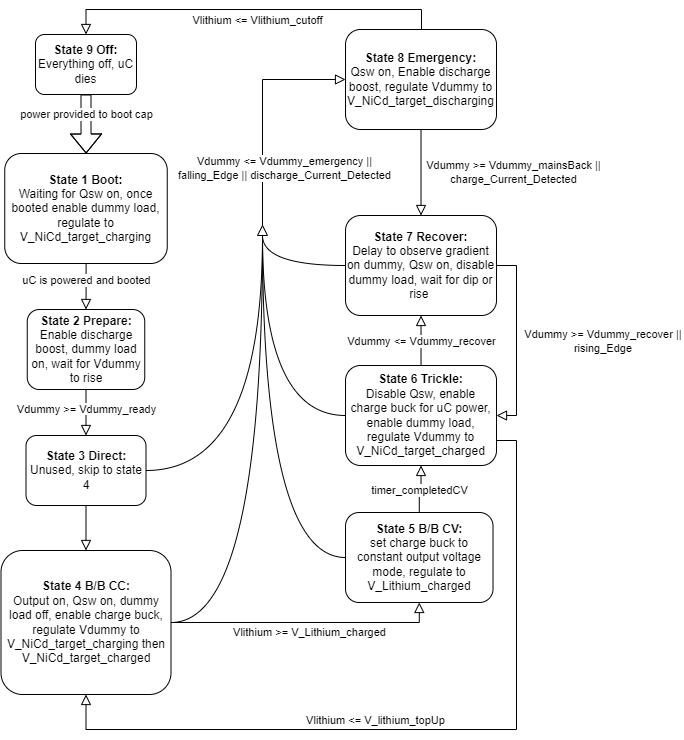
The draw.io diagram 204IntefaceFlowchart_CV.drawio.png in BStainthorpe/Flowcharts, before a commit. Source tidied: cells renumbered, new cells last; positions are measured from the earlier drawing's top-left corner, leaving out a move shared by most shapes. The source it was exported from:
```xml
<mxGraphModel>
  <root>
    <mxCell id="0" />
    <mxCell id="1" parent="0" />
    <mxCell id="2" style="rounded=0;html=1;jettySize=auto;fontSize=11;endArrow=block;endFill=0;endSize=8;strokeWidth=1;shadow=0;labelBackgroundColor=none;edgeStyle=orthogonalEdgeStyle;entryX=0.5;entryY=0;entryDx=0;entryDy=0;" parent="1" edge="1" source="4" target="37">
      <mxGeometry relative="1" as="geometry" />
    </mxCell>
    <mxCell id="3" value="uC is powered and booted" style="edgeLabel;html=1;align=center;verticalAlign=middle;" parent="2" vertex="1">
      <mxGeometry x="-0.07" y="1" relative="1" as="geometry">
        <mxPoint x="-1" y="-5" as="offset" />
      </mxGeometry>
    </mxCell>
    <mxCell id="4" value="&lt;b&gt;State 1 Boot:&lt;/b&gt;&lt;div&gt;Waiting for Qsw on, once booted enable dummy load, regulate to V_NiCd_target_charging&lt;/div&gt;" style="rounded=1;whiteSpace=wrap;html=1;fontSize=12;glass=0;strokeWidth=1;shadow=0;" parent="1" vertex="1">
      <mxGeometry x="4.2" y="144" width="162.5" height="110" as="geometry" />
    </mxCell>
    <mxCell id="5" style="rounded=0;html=1;jettySize=auto;fontSize=11;endArrow=block;endFill=0;endSize=8;strokeWidth=1;shadow=0;labelBackgroundColor=none;edgeStyle=orthogonalEdgeStyle;exitX=0.5;exitY=1;exitDx=0;exitDy=0;entryX=0.5;entryY=0;entryDx=0;entryDy=0;" parent="1" edge="1" source="7" target="8">
      <mxGeometry x="-0.02" y="19" relative="1" as="geometry" />
    </mxCell>
    <mxCell id="6" value="&lt;span style=&quot;background-color: rgb(255, 255, 255);&quot;&gt;Vdummy &amp;gt;= Vdummy_ready&lt;/span&gt;" style="edgeStyle=orthogonalEdgeStyle;rounded=0;html=1;jettySize=auto;fontSize=11;endArrow=block;endFill=0;endSize=8;strokeWidth=1;shadow=0;labelBackgroundColor=none;entryX=0.5;entryY=0;entryDx=0;entryDy=0;exitX=0.5;exitY=1;exitDx=0;exitDy=0;" parent="1" edge="1" source="37" target="7">
      <mxGeometry x="-0.13" relative="1" as="geometry" />
    </mxCell>
    <mxCell id="7" value="&lt;b&gt;State 3 Direct:&lt;br&gt;&lt;/b&gt;&lt;div&gt;&lt;span style=&quot;background-color: initial;&quot;&gt;Unused, skip to state 4&lt;/span&gt;&lt;/div&gt;" style="rounded=1;whiteSpace=wrap;html=1;fontSize=12;glass=0;strokeWidth=1;shadow=0;" parent="1" vertex="1">
      <mxGeometry x="25.5" y="426" width="120" height="70" as="geometry" />
    </mxCell>
    <mxCell id="8" value="&lt;b&gt;State 4 B/B CC:&lt;/b&gt;&lt;div&gt;Output on, Qsw on, dummy load off, enable charge buck, regulate Vdummy to V_NiCd_target_charging then V_NiCd_target_charged&lt;/div&gt;" style="rounded=1;whiteSpace=wrap;html=1;fontSize=12;glass=0;strokeWidth=1;shadow=0;" parent="1" vertex="1">
      <mxGeometry x="0.5" y="541" width="170" height="144" as="geometry" />
    </mxCell>
    <mxCell id="9" value="&lt;b&gt;State 5 B/B CV:&lt;/b&gt;&lt;div&gt;set charge buck to constant output voltage mode, regulate to V_Lithium_charged&lt;/div&gt;" style="rounded=1;whiteSpace=wrap;html=1;fontSize=12;glass=0;strokeWidth=1;shadow=0;" parent="1" vertex="1">
      <mxGeometry x="345" y="503" width="147.5" height="90" as="geometry" />
    </mxCell>
    <mxCell id="10" value="&lt;span style=&quot;background-color: rgb(255, 255, 255);&quot;&gt;Vlithium &amp;gt;= V_Lithium_charged&lt;/span&gt;" style="rounded=0;html=1;jettySize=auto;fontSize=11;endArrow=block;endFill=0;endSize=8;strokeWidth=1;shadow=0;labelBackgroundColor=none;edgeStyle=orthogonalEdgeStyle;exitX=1;exitY=0.5;exitDx=0;exitDy=0;entryX=0.5;entryY=1;entryDx=0;entryDy=0;" parent="1" edge="1" source="8" target="9">
      <mxGeometry x="0.03" y="-10" relative="1" as="geometry">
        <Array as="points">
          <mxPoint x="419" y="613" />
        </Array>
      </mxGeometry>
    </mxCell>
    <mxCell id="11" value="&lt;b&gt;State 6 Trickle:&lt;/b&gt;&lt;div&gt;Disable Qsw, enable charge buck for uC power, enable dummy load, regulate Vdummy to V_NiCd_target_charged&lt;/div&gt;" style="rounded=1;whiteSpace=wrap;html=1;fontSize=12;glass=0;strokeWidth=1;shadow=0;" parent="1" vertex="1">
      <mxGeometry x="345" y="356" width="151" height="100" as="geometry" />
    </mxCell>
    <mxCell id="12" style="rounded=0;html=1;jettySize=auto;fontSize=11;endArrow=block;endFill=0;endSize=8;strokeWidth=1;shadow=0;labelBackgroundColor=none;edgeStyle=orthogonalEdgeStyle;exitX=0.5;exitY=0;exitDx=0;exitDy=0;entryX=0.5;entryY=1;entryDx=0;entryDy=0;" parent="1" edge="1" source="9" target="11">
      <mxGeometry x="0.04" y="20" relative="1" as="geometry" />
    </mxCell>
    <mxCell id="13" value="timer_completedCV" style="edgeLabel;html=1;align=center;verticalAlign=middle;" parent="12" vertex="1">
      <mxGeometry x="-0.04" relative="1" as="geometry" />
    </mxCell>
    <mxCell id="14" value="&lt;b&gt;State 7 Recover:&lt;/b&gt;&lt;div&gt;Delay to observe gradient on dummy, Qsw on, disable dummy load, wait for dip or rise&amp;nbsp;&lt;br&gt;&lt;/div&gt;" style="rounded=1;whiteSpace=wrap;html=1;fontSize=12;glass=0;strokeWidth=1;shadow=0;" parent="1" vertex="1">
      <mxGeometry x="345" y="206" width="151" height="100" as="geometry" />
    </mxCell>
    <mxCell id="15" style="triangle;whiteSpace=wrap;html=1;rotation=-90;" parent="1" vertex="1">
      <mxGeometry x="257" y="216" width="10" height="10" as="geometry" />
    </mxCell>
    <mxCell id="16" style="edgeStyle=orthogonalEdgeStyle;rounded=0;html=1;jettySize=auto;fontSize=11;endArrow=none;endFill=0;strokeWidth=1;shadow=0;labelBackgroundColor=none;entryX=0;entryY=0.5;entryDx=0;entryDy=0;exitX=1;exitY=0.5;exitDx=0;exitDy=0;curved=1;" parent="1" edge="1" source="7" target="15">
      <mxGeometry relative="1" as="geometry" />
    </mxCell>
    <mxCell id="17" style="edgeStyle=orthogonalEdgeStyle;rounded=0;html=1;jettySize=auto;fontSize=11;endArrow=none;endFill=0;strokeWidth=1;shadow=0;labelBackgroundColor=none;exitX=1;exitY=0.5;exitDx=0;exitDy=0;curved=1;entryX=0;entryY=0.5;entryDx=0;entryDy=0;" parent="1" edge="1" source="8" target="15">
      <mxGeometry relative="1" as="geometry" />
    </mxCell>
    <mxCell id="18" style="edgeStyle=orthogonalEdgeStyle;rounded=0;html=1;jettySize=auto;fontSize=11;endArrow=none;endFill=0;strokeWidth=1;shadow=0;labelBackgroundColor=none;exitX=0;exitY=0.5;exitDx=0;exitDy=0;curved=1;entryX=0;entryY=0.5;entryDx=0;entryDy=0;" parent="1" edge="1" source="9" target="15">
      <mxGeometry relative="1" as="geometry" />
    </mxCell>
    <mxCell id="19" style="edgeStyle=orthogonalEdgeStyle;rounded=0;html=1;jettySize=auto;fontSize=11;endArrow=none;endFill=0;strokeWidth=1;shadow=0;labelBackgroundColor=none;exitX=0;exitY=0.5;exitDx=0;exitDy=0;curved=1;entryX=0;entryY=0.5;entryDx=0;entryDy=0;" parent="1" edge="1" source="11" target="15">
      <mxGeometry relative="1" as="geometry" />
    </mxCell>
    <mxCell id="20" value="&lt;b&gt;State 8 Emergency:&lt;/b&gt;&lt;div&gt;Qsw on, Enable discharge boost, regulate Vdummy to V_NiCd_target_discharging&lt;/div&gt;" style="rounded=1;whiteSpace=wrap;html=1;fontSize=12;glass=0;strokeWidth=1;shadow=0;" parent="1" vertex="1">
      <mxGeometry x="345" y="20" width="151" height="100" as="geometry" />
    </mxCell>
    <mxCell id="21" style="rounded=0;html=1;jettySize=auto;fontSize=11;endArrow=block;endFill=0;endSize=8;strokeWidth=1;shadow=0;labelBackgroundColor=none;edgeStyle=orthogonalEdgeStyle;entryX=0;entryY=0.5;entryDx=0;entryDy=0;exitX=1;exitY=0.5;exitDx=0;exitDy=0;" parent="1" edge="1" source="15" target="20">
      <mxGeometry x="0.04" y="20" relative="1" as="geometry" />
    </mxCell>
    <mxCell id="22" value="Vdummy &amp;lt;= Vdummy_emergency ||&lt;div&gt;falling_Edge || discharge_Current_Detected&lt;/div&gt;" style="edgeLabel;html=1;align=center;verticalAlign=middle;" parent="21" vertex="1">
      <mxGeometry x="-0.09" relative="1" as="geometry">
        <mxPoint x="21" y="46" as="offset" />
      </mxGeometry>
    </mxCell>
    <mxCell id="23" style="edgeStyle=orthogonalEdgeStyle;rounded=0;html=1;jettySize=auto;fontSize=11;endArrow=none;endFill=0;strokeWidth=1;shadow=0;labelBackgroundColor=none;exitX=0;exitY=0.5;exitDx=0;exitDy=0;curved=1;entryX=0;entryY=0.5;entryDx=0;entryDy=0;" parent="1" edge="1" source="14" target="15">
      <mxGeometry relative="1" as="geometry" />
    </mxCell>
    <mxCell id="24" style="edgeStyle=orthogonalEdgeStyle;rounded=0;jettySize=auto;html=1;exitX=0.5;exitY=1;exitDx=0;exitDy=0;shape=flexArrow;" parent="1" edge="1" source="26" target="4">
      <mxGeometry relative="1" as="geometry" />
    </mxCell>
    <mxCell id="25" value="power provided to boot cap" style="edgeLabel;html=1;align=center;verticalAlign=middle;" parent="24" vertex="1">
      <mxGeometry x="0.03" y="-4" relative="1" as="geometry">
        <mxPoint x="4" y="-10" as="offset" />
      </mxGeometry>
    </mxCell>
    <mxCell id="26" value="&lt;b&gt;State 9 Off:&lt;/b&gt;&lt;div&gt;Everything off, uC dies&lt;/div&gt;" style="rounded=1;whiteSpace=wrap;html=1;fontSize=12;glass=0;strokeWidth=1;shadow=0;" parent="1" vertex="1">
      <mxGeometry x="35" y="25" width="101" height="60" as="geometry" />
    </mxCell>
    <mxCell id="27" style="rounded=0;html=1;jettySize=auto;fontSize=11;endArrow=block;endFill=0;endSize=8;strokeWidth=1;shadow=0;labelBackgroundColor=none;edgeStyle=orthogonalEdgeStyle;entryX=0.5;entryY=0;entryDx=0;entryDy=0;" parent="1" edge="1" target="26">
      <mxGeometry x="0.04" y="20" relative="1" as="geometry">
        <mxPoint x="421" y="20" as="sourcePoint" />
        <Array as="points">
          <mxPoint x="421" />
          <mxPoint x="86" />
        </Array>
      </mxGeometry>
    </mxCell>
    <mxCell id="28" value="Vlithium &amp;lt;= Vlithium_cutoff" style="edgeLabel;html=1;align=center;verticalAlign=middle;" parent="27" vertex="1">
      <mxGeometry x="-0.09" relative="1" as="geometry">
        <mxPoint x="-12" y="10" as="offset" />
      </mxGeometry>
    </mxCell>
    <mxCell id="29" style="rounded=0;html=1;jettySize=auto;fontSize=11;endArrow=block;endFill=0;endSize=8;strokeWidth=1;shadow=0;labelBackgroundColor=none;edgeStyle=orthogonalEdgeStyle;entryX=0.5;entryY=0;entryDx=0;entryDy=0;exitX=0.5;exitY=1;exitDx=0;exitDy=0;" parent="1" edge="1" source="20" target="14">
      <mxGeometry x="0.04" y="20" relative="1" as="geometry" />
    </mxCell>
    <mxCell id="30" value="Vdummy &amp;gt;= Vdummy_mainsBack ||&lt;div&gt;charge_Current_Detected&lt;/div&gt;" style="edgeLabel;html=1;align=center;verticalAlign=middle;" parent="29" vertex="1">
      <mxGeometry x="-0.09" relative="1" as="geometry">
        <mxPoint x="92" y="3" as="offset" />
      </mxGeometry>
    </mxCell>
    <mxCell id="31" style="rounded=0;html=1;jettySize=auto;fontSize=11;endArrow=block;endFill=0;endSize=8;strokeWidth=1;shadow=0;labelBackgroundColor=none;edgeStyle=orthogonalEdgeStyle;entryX=1;entryY=0.5;entryDx=0;entryDy=0;exitX=1;exitY=0.5;exitDx=0;exitDy=0;" parent="1" edge="1" source="14" target="11">
      <mxGeometry x="0.04" y="20" relative="1" as="geometry" />
    </mxCell>
    <mxCell id="32" value="Vdummy &amp;gt;= Vdummy_recover ||&amp;nbsp;&lt;div&gt;rising_Edge&amp;nbsp;&lt;/div&gt;" style="edgeLabel;html=1;align=center;verticalAlign=middle;" parent="31" vertex="1">
      <mxGeometry x="-0.09" relative="1" as="geometry">
        <mxPoint x="87" y="9" as="offset" />
      </mxGeometry>
    </mxCell>
    <mxCell id="33" style="rounded=0;html=1;jettySize=auto;fontSize=11;endArrow=block;endFill=0;endSize=8;strokeWidth=1;shadow=0;labelBackgroundColor=none;edgeStyle=orthogonalEdgeStyle;entryX=0.5;entryY=1;entryDx=0;entryDy=0;exitX=0.5;exitY=0;exitDx=0;exitDy=0;" parent="1" edge="1" source="11" target="14">
      <mxGeometry x="0.04" y="20" relative="1" as="geometry" />
    </mxCell>
    <mxCell id="34" value="Vdummy &amp;lt;= Vdummy_recover" style="edgeLabel;html=1;align=center;verticalAlign=middle;" parent="33" vertex="1">
      <mxGeometry x="-0.09" relative="1" as="geometry">
        <mxPoint y="-2" as="offset" />
      </mxGeometry>
    </mxCell>
    <mxCell id="35" style="rounded=0;html=1;jettySize=auto;fontSize=11;endArrow=block;endFill=0;endSize=8;strokeWidth=1;shadow=0;labelBackgroundColor=none;edgeStyle=orthogonalEdgeStyle;entryX=0.5;entryY=1;entryDx=0;entryDy=0;exitX=1;exitY=0.75;exitDx=0;exitDy=0;" parent="1" edge="1" source="11" target="8">
      <mxGeometry x="0.04" y="20" relative="1" as="geometry">
        <Array as="points">
          <mxPoint x="516" y="431" />
          <mxPoint x="516" y="720" />
          <mxPoint x="86" y="720" />
          <mxPoint x="86" y="685" />
        </Array>
      </mxGeometry>
    </mxCell>
    <mxCell id="36" value="Vlithium &amp;lt;= V_lithium_topUp" style="edgeLabel;html=1;align=center;verticalAlign=middle;" parent="35" vertex="1">
      <mxGeometry x="-0.09" relative="1" as="geometry">
        <mxPoint x="-98" y="-10" as="offset" />
      </mxGeometry>
    </mxCell>
    <mxCell id="37" value="&lt;b&gt;State 2 Prepare:&lt;/b&gt;&lt;div&gt;Enable discharge boost, dummy load on, wait for Vdummy to rise&lt;/div&gt;" style="rounded=1;whiteSpace=wrap;html=1;fontSize=12;glass=0;strokeWidth=1;shadow=0;" parent="1" vertex="1">
      <mxGeometry x="26.8" y="300" width="117.5" height="80" as="geometry" />
    </mxCell>
  </root>
</mxGraphModel>
```
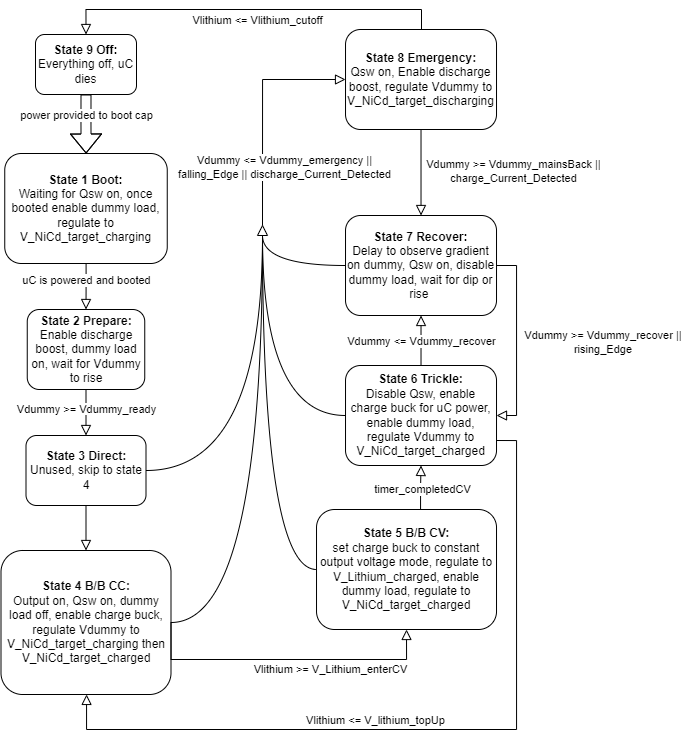
After the change.

The edit, as a diff of the source:
```diff
@@ -25,24 +25,29 @@
     <mxCell id="8" value="&lt;b&gt;State 4 B/B CC:&lt;/b&gt;&lt;div&gt;Output on, Qsw on, dummy load off, enable charge buck, regulate Vdummy to V_NiCd_target_charging then V_NiCd_target_charged&lt;/div&gt;" style="rounded=1;whiteSpace=wrap;html=1;fontSize=12;glass=0;strokeWidth=1;shadow=0;" parent="1" vertex="1">
       <mxGeometry x="0.5" y="541" width="170" height="144" as="geometry" />
     </mxCell>
-    <mxCell id="9" value="&lt;b&gt;State 5 B/B CV:&lt;/b&gt;&lt;div&gt;set charge buck to constant output voltage mode, regulate to V_Lithium_charged&lt;/div&gt;" style="rounded=1;whiteSpace=wrap;html=1;fontSize=12;glass=0;strokeWidth=1;shadow=0;" parent="1" vertex="1">
-      <mxGeometry x="345" y="503" width="147.5" height="90" as="geometry" />
-    </mxCell>
-    <mxCell id="10" value="&lt;span style=&quot;background-color: rgb(255, 255, 255);&quot;&gt;Vlithium &amp;gt;= V_Lithium_charged&lt;/span&gt;" style="rounded=0;html=1;jettySize=auto;fontSize=11;endArrow=block;endFill=0;endSize=8;strokeWidth=1;shadow=0;labelBackgroundColor=none;edgeStyle=orthogonalEdgeStyle;exitX=1;exitY=0.5;exitDx=0;exitDy=0;entryX=0.5;entryY=1;entryDx=0;entryDy=0;" parent="1" edge="1" source="8" target="9">
-      <mxGeometry x="0.03" y="-10" relative="1" as="geometry">
+    <mxCell id="10" value="&lt;span style=&quot;background-color: rgb(255, 255, 255);&quot;&gt;Vlithium &amp;gt;= V_Lithium_enterCV&lt;/span&gt;" style="rounded=0;html=1;jettySize=auto;fontSize=11;endArrow=block;endFill=0;endSize=8;strokeWidth=1;shadow=0;labelBackgroundColor=none;edgeStyle=orthogonalEdgeStyle;exitX=1;exitY=0.5;exitDx=0;exitDy=0;entryX=0.5;entryY=1;entryDx=0;entryDy=0;" parent="1" edge="1" source="8" target="38">
+      <mxGeometry x="0.3" y="-10" relative="1" as="geometry">
         <Array as="points">
-          <mxPoint x="419" y="613" />
+          <mxPoint x="171" y="650" />
+          <mxPoint x="406" y="650" />
         </Array>
       </mxGeometry>
     </mxCell>
     <mxCell id="11" value="&lt;b&gt;State 6 Trickle:&lt;/b&gt;&lt;div&gt;Disable Qsw, enable charge buck for uC power, enable dummy load, regulate Vdummy to V_NiCd_target_charged&lt;/div&gt;" style="rounded=1;whiteSpace=wrap;html=1;fontSize=12;glass=0;strokeWidth=1;shadow=0;" parent="1" vertex="1">
       <mxGeometry x="345" y="356" width="151" height="100" as="geometry" />
     </mxCell>
-    <mxCell id="12" style="rounded=0;html=1;jettySize=auto;fontSize=11;endArrow=block;endFill=0;endSize=8;strokeWidth=1;shadow=0;labelBackgroundColor=none;edgeStyle=orthogonalEdgeStyle;exitX=0.5;exitY=0;exitDx=0;exitDy=0;entryX=0.5;entryY=1;entryDx=0;entryDy=0;" parent="1" edge="1" source="9" target="11">
-      <mxGeometry x="0.04" y="20" relative="1" as="geometry" />
+    <mxCell id="12" style="rounded=0;html=1;jettySize=auto;fontSize=11;endArrow=block;endFill=0;endSize=8;strokeWidth=1;shadow=0;labelBackgroundColor=none;edgeStyle=orthogonalEdgeStyle;exitX=0.5;exitY=0;exitDx=0;exitDy=0;entryX=0.5;entryY=1;entryDx=0;entryDy=0;" parent="1" edge="1" source="38" target="11">
+      <mxGeometry x="0.04" y="20" relative="1" as="geometry">
+        <Array as="points">
+          <mxPoint x="420" y="500" />
+          <mxPoint x="420" y="478" />
+        </Array>
+      </mxGeometry>
     </mxCell>
     <mxCell id="13" value="timer_completedCV" style="edgeLabel;html=1;align=center;verticalAlign=middle;" parent="12" vertex="1">
-      <mxGeometry x="-0.04" relative="1" as="geometry" />
+      <mxGeometry x="-0.04" relative="1" as="geometry">
+        <mxPoint x="1" y="-6" as="offset" />
+      </mxGeometry>
     </mxCell>
     <mxCell id="14" value="&lt;b&gt;State 7 Recover:&lt;/b&gt;&lt;div&gt;Delay to observe gradient on dummy, Qsw on, disable dummy load, wait for dip or rise&amp;nbsp;&lt;br&gt;&lt;/div&gt;" style="rounded=1;whiteSpace=wrap;html=1;fontSize=12;glass=0;strokeWidth=1;shadow=0;" parent="1" vertex="1">
       <mxGeometry x="345" y="206" width="151" height="100" as="geometry" />
@@ -56,7 +61,7 @@
     <mxCell id="17" style="edgeStyle=orthogonalEdgeStyle;rounded=0;html=1;jettySize=auto;fontSize=11;endArrow=none;endFill=0;strokeWidth=1;shadow=0;labelBackgroundColor=none;exitX=1;exitY=0.5;exitDx=0;exitDy=0;curved=1;entryX=0;entryY=0.5;entryDx=0;entryDy=0;" parent="1" edge="1" source="8" target="15">
       <mxGeometry relative="1" as="geometry" />
     </mxCell>
-    <mxCell id="18" style="edgeStyle=orthogonalEdgeStyle;rounded=0;html=1;jettySize=auto;fontSize=11;endArrow=none;endFill=0;strokeWidth=1;shadow=0;labelBackgroundColor=none;exitX=0;exitY=0.5;exitDx=0;exitDy=0;curved=1;entryX=0;entryY=0.5;entryDx=0;entryDy=0;" parent="1" edge="1" source="9" target="15">
+    <mxCell id="18" style="edgeStyle=orthogonalEdgeStyle;rounded=0;html=1;jettySize=auto;fontSize=11;endArrow=none;endFill=0;strokeWidth=1;shadow=0;labelBackgroundColor=none;exitX=0;exitY=0.5;exitDx=0;exitDy=0;curved=1;entryX=0;entryY=0.5;entryDx=0;entryDy=0;" parent="1" edge="1" source="38" target="15">
       <mxGeometry relative="1" as="geometry" />
     </mxCell>
     <mxCell id="19" style="edgeStyle=orthogonalEdgeStyle;rounded=0;html=1;jettySize=auto;fontSize=11;endArrow=none;endFill=0;strokeWidth=1;shadow=0;labelBackgroundColor=none;exitX=0;exitY=0.5;exitDx=0;exitDy=0;curved=1;entryX=0;entryY=0.5;entryDx=0;entryDy=0;" parent="1" edge="1" source="11" target="15">
@@ -143,5 +148,8 @@
     <mxCell id="37" value="&lt;b&gt;State 2 Prepare:&lt;/b&gt;&lt;div&gt;Enable discharge boost, dummy load on, wait for Vdummy to rise&lt;/div&gt;" style="rounded=1;whiteSpace=wrap;html=1;fontSize=12;glass=0;strokeWidth=1;shadow=0;" parent="1" vertex="1">
       <mxGeometry x="26.8" y="300" width="117.5" height="80" as="geometry" />
     </mxCell>
+    <mxCell id="38" value="&lt;b&gt;State 5 B/B CV:&lt;/b&gt;&lt;div&gt;set charge buck to constant output voltage mode, regulate to V_Lithium_charged, enable dummy load, regulate to V_NiCd_target_charged&lt;/div&gt;" style="rounded=1;whiteSpace=wrap;html=1;fontSize=12;glass=0;strokeWidth=1;shadow=0;" parent="1" vertex="1">
+      <mxGeometry x="316" y="500" width="180" height="120" as="geometry" />
+    </mxCell>
   </root>
 </mxGraphModel>
```
